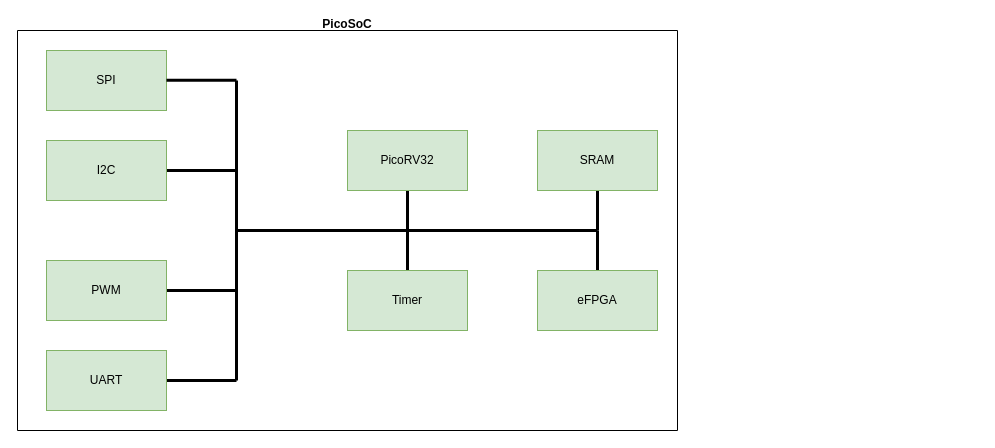
yunuseryilmaz18/efpga-project keeps this draw.io diagram as page "PicoSoC" (1 of 18) of efpga_soc_merged.drawio. Above is the earlier version. Source tidied: cells renumbered, new cells numbered last; positions are measured from the earlier drawing's top-left corner, leaving out a move shared by most shapes. Both pictures are drawn from the tidied source at 100%, with x=0, y=0 at pixel (17, 30).
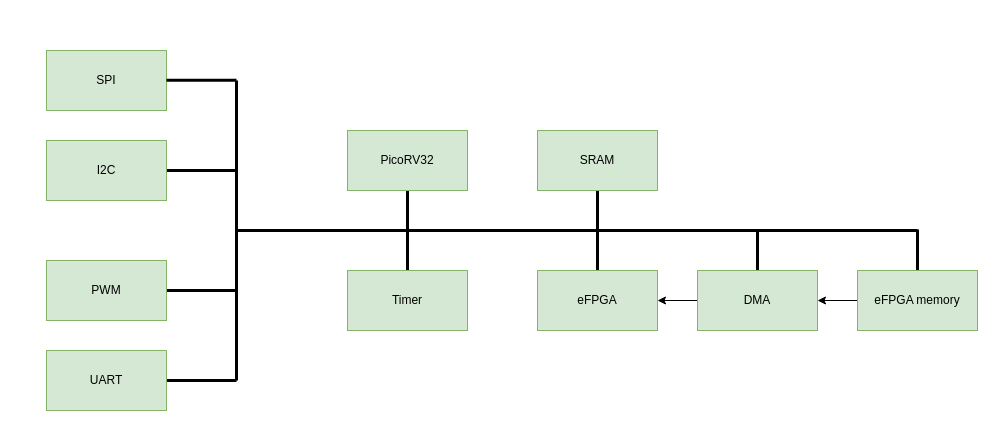
Above is the later version.

Commit message:
DMA ve eFPGA hafıza blokları eklendi.

The change refers to these unchanged cells:
```xml
<mxCell id="14" value="eFPGA" style="rounded=0;whiteSpace=wrap;html=1;fillColor=#d5e8d4;strokeColor=#82b366;" parent="1" vertex="1">
  <mxGeometry x="520" y="240" width="120" height="60" as="geometry" />
</mxCell>
```

Change to the diagram source:
```diff
@@
     <mxCell id="17" style="endArrow=none;html=1;rounded=0;strokeWidth=3;fillColor=#f5f5f5;strokeColor=#000000;" parent="1" edge="1">
       <mxGeometry relative="1" as="geometry">
         <mxPoint x="220" y="200" as="sourcePoint" />
-        <mxPoint x="580" y="200" as="targetPoint" />
+        <mxPoint x="900" y="200" as="targetPoint" />
       </mxGeometry>
     </mxCell>
@@
-    <mxCell id="20" value="PicoSoC&#10;" style="swimlane;startSize=0;horizontal=1;" parent="1" vertex="1">
-      <mxGeometry width="660" height="400" as="geometry" />
-    </mxCell>
+    <mxCell id="21" style="edgeStyle=none;rounded=0;jettySize=auto;html=1;exitX=0.5;exitY=0;exitDx=0;exitDy=0;strokeColor=#000000;strokeWidth=3;startArrow=none;startFill=0;endArrow=none;endFill=0;" parent="1" edge="1" source="23">
+      <mxGeometry relative="1" as="geometry">
+        <mxPoint x="740" y="200" as="targetPoint" />
+      </mxGeometry>
+    </mxCell>
+    <mxCell id="22" style="edgeStyle=orthogonalEdgeStyle;rounded=0;jettySize=auto;html=1;exitX=0;exitY=0.5;exitDx=0;exitDy=0;entryX=1;entryY=0.5;entryDx=0;entryDy=0;" parent="1" edge="1" source="23" target="14">
+      <mxGeometry relative="1" as="geometry" />
+    </mxCell>
+    <mxCell id="23" value="DMA" style="rounded=0;whiteSpace=wrap;html=1;fillColor=#d5e8d4;strokeColor=#82b366;" parent="1" vertex="1">
+      <mxGeometry x="680" y="240" width="120" height="60" as="geometry" />
+    </mxCell>
+    <mxCell id="24" style="edgeStyle=none;rounded=0;jettySize=auto;html=1;exitX=0.5;exitY=0;exitDx=0;exitDy=0;strokeColor=#000000;strokeWidth=3;startArrow=none;startFill=0;endArrow=none;endFill=0;" parent="1" edge="1" source="26">
+      <mxGeometry relative="1" as="geometry">
+        <mxPoint x="900" y="199" as="targetPoint" />
+      </mxGeometry>
+    </mxCell>
+    <mxCell id="25" style="edgeStyle=orthogonalEdgeStyle;rounded=0;jettySize=auto;html=1;exitX=0;exitY=0.5;exitDx=0;exitDy=0;entryX=1;entryY=0.5;entryDx=0;entryDy=0;" parent="1" edge="1" source="26" target="23">
+      <mxGeometry relative="1" as="geometry" />
+    </mxCell>
+    <mxCell id="26" value="eFPGA memory" style="rounded=0;whiteSpace=wrap;html=1;fillColor=#d5e8d4;strokeColor=#82b366;" parent="1" vertex="1">
+      <mxGeometry x="840" y="240" width="120" height="60" as="geometry" />
+    </mxCell>
```
